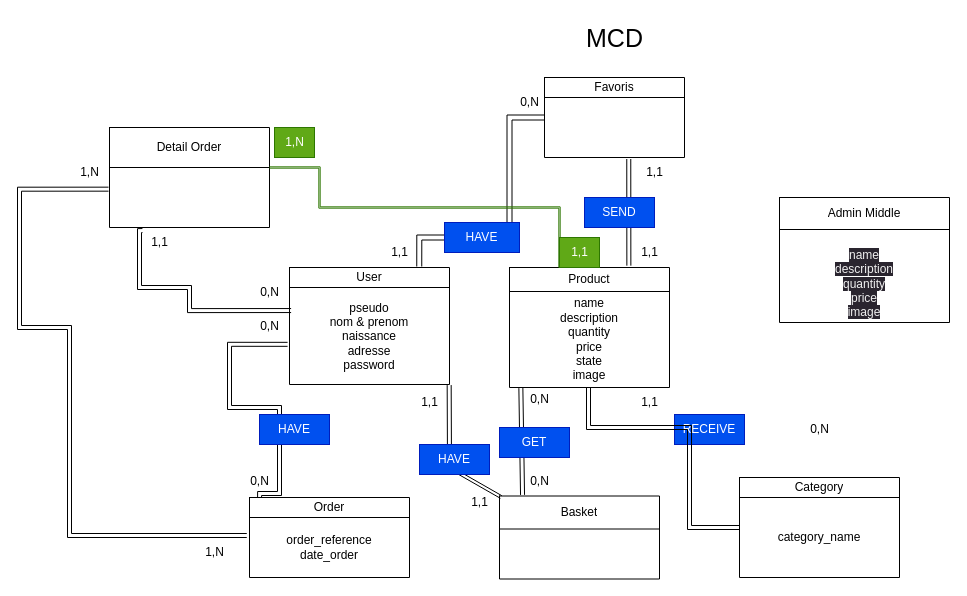
The draw.io diagram Documentation/BddArchitecture/MCD.drawio in michael-zanaglia/boutique-en-ligne, before the edit. Source tidied: cells renumbered, new cells numbered last; positions are measured from the earlier drawing's top-left corner, leaving out a move shared by most shapes. Both pictures are drawn from the tidied source at 100%, with x=0, y=0 at pixel (19, 17).
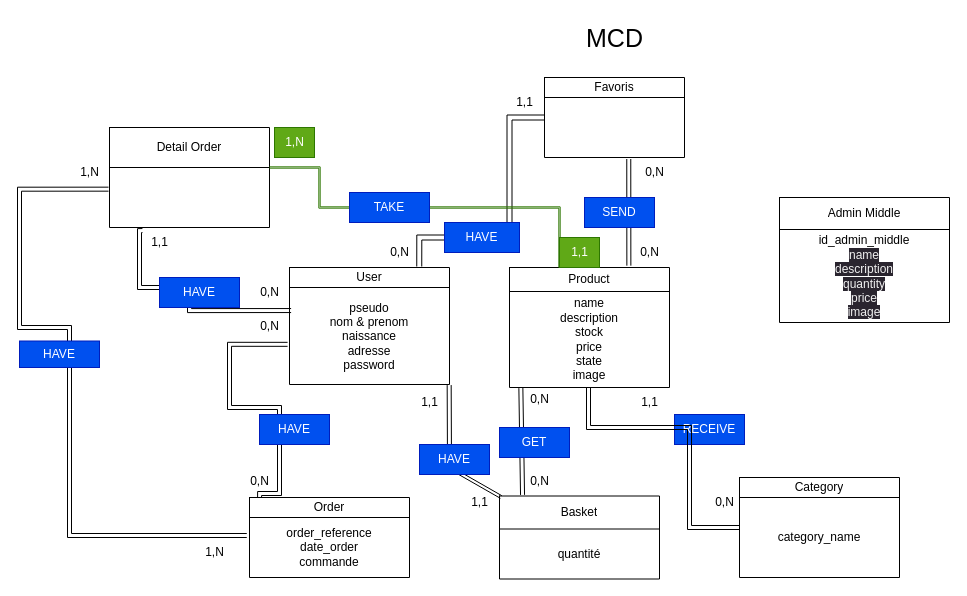
The same page after the edit.

The change refers to these unchanged cells:
```xml
<mxCell id="10" style="shape=tableRow;horizontal=0;startSize=0;swimlaneHead=0;swimlaneBody=0;top=0;left=0;bottom=0;right=0;fillColor=none;points=[[0,0.5],[1,0.5]];portConstraint=eastwest;" parent="7" vertex="1">
  <mxGeometry y="24" width="160" height="96" as="geometry" />
</mxCell>
<mxCell id="20" style="shape=tableRow;horizontal=0;startSize=0;swimlaneHead=0;swimlaneBody=0;top=0;left=0;bottom=0;right=0;fillColor=none;points=[[0,0.5],[1,0.5]];portConstraint=eastwest;" parent="17" vertex="1">
  <mxGeometry y="20" width="160" height="60" as="geometry" />
</mxCell>
<mxCell id="36" style="shape=tableRow;horizontal=0;startSize=0;swimlaneHead=0;swimlaneBody=0;top=0;left=0;bottom=0;right=0;fillColor=none;" parent="33" vertex="1">
  <mxGeometry y="33" width="160" height="50" as="geometry" />
</mxCell>
<mxCell id="58" style="shape=tableRow;horizontal=0;startSize=0;swimlaneHead=0;swimlaneBody=0;top=0;left=0;bottom=0;right=0;fillColor=none;" parent="55" vertex="1">
  <mxGeometry y="32" width="170" height="93" as="geometry" />
</mxCell>
```

The edit, as a diff of the source:
```diff
@@
-    <mxCell id="11" value="name&lt;br&gt;description&lt;br&gt;quantity&lt;br&gt;price&lt;br&gt;state&lt;br&gt;image" style="shape=partialRectangle;html=1;whiteSpace=wrap;overflow=hidden;fillColor=none;top=0;left=0;bottom=0;right=0;" parent="10" vertex="1">
+    <mxCell id="11" value="name&lt;br&gt;description&lt;br&gt;stock&lt;br&gt;price&lt;br&gt;state&lt;br&gt;image" style="shape=partialRectangle;html=1;whiteSpace=wrap;overflow=hidden;fillColor=none;top=0;left=0;bottom=0;right=0;" parent="10" vertex="1">
       <mxGeometry width="160" height="96" as="geometry" />
     </mxCell>
@@
-    <mxCell id="21" value="order_reference&lt;br&gt;date_order" style="shape=partialRectangle;html=1;whiteSpace=wrap;overflow=hidden;fillColor=none;top=0;left=0;bottom=0;right=0;" parent="20" vertex="1">
+    <mxCell id="21" value="order_reference&lt;br&gt;date_order&lt;br&gt;commande" style="shape=partialRectangle;html=1;whiteSpace=wrap;overflow=hidden;fillColor=none;top=0;left=0;bottom=0;right=0;" parent="20" vertex="1">
       <mxGeometry width="160" height="60" as="geometry" />
     </mxCell>
@@
-    <mxCell id="29" value="1,1" style="text;html=1;align=center;verticalAlign=middle;strokeColor=none;fillColor=none;" parent="1" vertex="1">
+    <mxCell id="29" value="0,N" style="text;html=1;align=center;verticalAlign=middle;strokeColor=none;fillColor=none;" parent="1" vertex="1">
       <mxGeometry x="610" y="220" width="40" height="30" as="geometry" />
     </mxCell>
-    <mxCell id="30" value="1,1" style="text;html=1;align=center;verticalAlign=middle;strokeColor=none;fillColor=none;" parent="1" vertex="1">
+    <mxCell id="30" value="0,N" style="text;html=1;align=center;verticalAlign=middle;strokeColor=none;fillColor=none;" parent="1" vertex="1">
       <mxGeometry x="615" y="140" width="40" height="30" as="geometry" />
     </mxCell>
@@
     <mxCell id="32" value="0,N" style="text;html=1;align=center;verticalAlign=middle;strokeColor=none;fillColor=none;" parent="1" vertex="1">
-      <mxGeometry x="780" y="397" width="40" height="30" as="geometry" />
+      <mxGeometry x="685" y="470" width="40" height="30" as="geometry" />
     </mxCell>
@@
-    <mxCell id="37" style="shape=partialRectangle;html=1;whiteSpace=wrap;overflow=hidden;fillColor=none;top=0;left=0;bottom=0;right=0;" parent="36" vertex="1">
+    <mxCell id="37" value="quantité" style="shape=partialRectangle;html=1;whiteSpace=wrap;overflow=hidden;fillColor=none;top=0;left=0;bottom=0;right=0;" parent="36" vertex="1">
       <mxGeometry width="160" height="50" as="geometry" />
     </mxCell>
@@
     <mxCell id="51" value="1,1" style="text;html=1;align=center;verticalAlign=middle;strokeColor=none;fillColor=none;" parent="1" vertex="1">
-      <mxGeometry x="360" y="220" width="40" height="30" as="geometry" />
+      <mxGeometry x="485" y="70" width="40" height="30" as="geometry" />
     </mxCell>
     <mxCell id="52" value="0,N" style="text;html=1;align=center;verticalAlign=middle;strokeColor=none;fillColor=none;" parent="1" vertex="1">
-      <mxGeometry x="490" y="70" width="40" height="30" as="geometry" />
+      <mxGeometry x="360" y="220" width="40" height="30" as="geometry" />
     </mxCell>
@@
-    <mxCell id="59" value="&lt;br&gt;&lt;span style=&quot;color: rgb(240, 240, 240); font-family: Helvetica; font-size: 12px; font-style: normal; font-variant-ligatures: normal; font-variant-caps: normal; font-weight: 400; letter-spacing: normal; orphans: 2; text-align: center; text-indent: 0px; text-transform: none; widows: 2; word-spacing: 0px; -webkit-text-stroke-width: 0px; background-color: rgb(42, 37, 47); text-decoration-thickness: initial; text-decoration-style: initial; text-decoration-color: initial; float: none; display: inline !important;&quot;&gt;name&lt;/span&gt;&lt;br style=&quot;border-color: rgb(0, 0, 0); color: rgb(240, 240, 240); font-family: Helvetica; font-size: 12px; font-style: normal; font-variant-ligatures: normal; font-variant-caps: normal; font-weight: 400; letter-spacing: normal; orphans: 2; text-align: center; text-indent: 0px; text-transform: none; widows: 2; word-spacing: 0px; -webkit-text-stroke-width: 0px; background-color: rgb(42, 37, 47); text-decoration-thickness: initial; text-decoration-style: initial; text-decoration-color: initial;&quot;&gt;&lt;span style=&quot;color: rgb(240, 240, 240); font-family: Helvetica; font-size: 12px; font-style: normal; font-variant-ligatures: normal; font-variant-caps: normal; font-weight: 400; letter-spacing: normal; orphans: 2; text-align: center; text-indent: 0px; text-transform: none; widows: 2; word-spacing: 0px; -webkit-text-stroke-width: 0px; background-color: rgb(42, 37, 47); text-decoration-thickness: initial; text-decoration-style: initial; text-decoration-color: initial; float: none; display: inline !important;&quot;&gt;description&lt;/span&gt;&lt;br style=&quot;border-color: rgb(0, 0, 0); color: rgb(240, 240, 240); font-family: Helvetica; font-size: 12px; font-style: normal; font-variant-ligatures: normal; font-variant-caps: normal; font-weight: 400; letter-spacing: normal; orphans: 2; text-align: center; text-indent: 0px; text-transform: none; widows: 2; word-spacing: 0px; -webkit-text-stroke-width: 0px; background-color: rgb(42, 37, 47); text-decoration-thickness: initial; text-decoration-style: initial; text-decoration-color: initial;&quot;&gt;&lt;span style=&quot;color: rgb(240, 240, 240); font-family: Helvetica; font-size: 12px; font-style: normal; font-variant-ligatures: normal; font-variant-caps: normal; font-weight: 400; letter-spacing: normal; orphans: 2; text-align: center; text-indent: 0px; text-transform: none; widows: 2; word-spacing: 0px; -webkit-text-stroke-width: 0px; background-color: rgb(42, 37, 47); text-decoration-thickness: initial; text-decoration-style: initial; text-decoration-color: initial; float: none; display: inline !important;&quot;&gt;quantity&lt;/span&gt;&lt;br style=&quot;border-color: rgb(0, 0, 0); color: rgb(240, 240, 240); font-family: Helvetica; font-size: 12px; font-style: normal; font-variant-ligatures: normal; font-variant-caps: normal; font-weight: 400; letter-spacing: normal; orphans: 2; text-align: center; text-indent: 0px; text-transform: none; widows: 2; word-spacing: 0px; -webkit-text-stroke-width: 0px; background-color: rgb(42, 37, 47); text-decoration-thickness: initial; text-decoration-style: initial; text-decoration-color: initial;&quot;&gt;&lt;span style=&quot;color: rgb(240, 240, 240); font-family: Helvetica; font-size: 12px; font-style: normal; font-variant-ligatures: normal; font-variant-caps: normal; font-weight: 400; letter-spacing: normal; orphans: 2; text-align: center; text-indent: 0px; text-transform: none; widows: 2; word-spacing: 0px; -webkit-text-stroke-width: 0px; background-color: rgb(42, 37, 47); text-decoration-thickness: initial; text-decoration-style: initial; text-decoration-color: initial; float: none; display: inline !important;&quot;&gt;price&lt;/span&gt;&lt;br style=&quot;border-color: rgb(0, 0, 0); color: rgb(240, 240, 240); font-family: Helvetica; font-size: 12px; font-style: normal; font-variant-ligatures: normal; font-variant-caps: normal; font-weight: 400; letter-spacing: normal; orphans: 2; text-align: center; text-indent: 0px; text-transform: none; widows: 2; word-spacing: 0px; -webkit-text-stroke-width: 0px; background-color: rgb(42, 37, 47); text-decoration-thickness: initial; text-decoration-style: initial; text-decoration-color: initial;&quot;&gt;&lt;span style=&quot;color: rgb(240, 240, 240); font-family: Helvetica; font-size: 12px; font-style: normal; font-variant-ligatures: normal; font-variant-caps: normal; font-weight: 400; letter-spacing: normal; orphans: 2; text-align: center; text-indent: 0px; text-transform: none; widows: 2; word-spacing: 0px; -webkit-text-stroke-width: 0px; background-color: rgb(42, 37, 47); text-decoration-thickness: initial; text-decoration-style: initial; text-decoration-color: initial; float: none; display: inline !important;&quot;&gt;image&lt;/span&gt;&lt;br&gt;" style="shape=partialRectangle;html=1;whiteSpace=wrap;overflow=hidden;fillColor=none;top=0;left=0;bottom=0;right=0;" parent="58" vertex="1">
+    <mxCell id="59" value="id_admin_middle&lt;br&gt;&lt;span style=&quot;color: rgb(240, 240, 240); font-family: Helvetica; font-size: 12px; font-style: normal; font-variant-ligatures: normal; font-variant-caps: normal; font-weight: 400; letter-spacing: normal; orphans: 2; text-align: center; text-indent: 0px; text-transform: none; widows: 2; word-spacing: 0px; -webkit-text-stroke-width: 0px; background-color: rgb(42, 37, 47); text-decoration-thickness: initial; text-decoration-style: initial; text-decoration-color: initial; float: none; display: inline !important;&quot;&gt;name&lt;/span&gt;&lt;br style=&quot;border-color: rgb(0, 0, 0); color: rgb(240, 240, 240); font-family: Helvetica; font-size: 12px; font-style: normal; font-variant-ligatures: normal; font-variant-caps: normal; font-weight: 400; letter-spacing: normal; orphans: 2; text-align: center; text-indent: 0px; text-transform: none; widows: 2; word-spacing: 0px; -webkit-text-stroke-width: 0px; background-color: rgb(42, 37, 47); text-decoration-thickness: initial; text-decoration-style: initial; text-decoration-color: initial;&quot;&gt;&lt;span style=&quot;color: rgb(240, 240, 240); font-family: Helvetica; font-size: 12px; font-style: normal; font-variant-ligatures: normal; font-variant-caps: normal; font-weight: 400; letter-spacing: normal; orphans: 2; text-align: center; text-indent: 0px; text-transform: none; widows: 2; word-spacing: 0px; -webkit-text-stroke-width: 0px; background-color: rgb(42, 37, 47); text-decoration-thickness: initial; text-decoration-style: initial; text-decoration-color: initial; float: none; display: inline !important;&quot;&gt;description&lt;/span&gt;&lt;br style=&quot;border-color: rgb(0, 0, 0); color: rgb(240, 240, 240); font-family: Helvetica; font-size: 12px; font-style: normal; font-variant-ligatures: normal; font-variant-caps: normal; font-weight: 400; letter-spacing: normal; orphans: 2; text-align: center; text-indent: 0px; text-transform: none; widows: 2; word-spacing: 0px; -webkit-text-stroke-width: 0px; background-color: rgb(42, 37, 47); text-decoration-thickness: initial; text-decoration-style: initial; text-decoration-color: initial;&quot;&gt;&lt;span style=&quot;color: rgb(240, 240, 240); font-family: Helvetica; font-size: 12px; font-style: normal; font-variant-ligatures: normal; font-variant-caps: normal; font-weight: 400; letter-spacing: normal; orphans: 2; text-align: center; text-indent: 0px; text-transform: none; widows: 2; word-spacing: 0px; -webkit-text-stroke-width: 0px; background-color: rgb(42, 37, 47); text-decoration-thickness: initial; text-decoration-style: initial; text-decoration-color: initial; float: none; display: inline !important;&quot;&gt;quantity&lt;/span&gt;&lt;br style=&quot;border-color: rgb(0, 0, 0); color: rgb(240, 240, 240); font-family: Helvetica; font-size: 12px; font-style: normal; font-variant-ligatures: normal; font-variant-caps: normal; font-weight: 400; letter-spacing: normal; orphans: 2; text-align: center; text-indent: 0px; text-transform: none; widows: 2; word-spacing: 0px; -webkit-text-stroke-width: 0px; background-color: rgb(42, 37, 47); text-decoration-thickness: initial; text-decoration-style: initial; text-decoration-color: initial;&quot;&gt;&lt;span style=&quot;color: rgb(240, 240, 240); font-family: Helvetica; font-size: 12px; font-style: normal; font-variant-ligatures: normal; font-variant-caps: normal; font-weight: 400; letter-spacing: normal; orphans: 2; text-align: center; text-indent: 0px; text-transform: none; widows: 2; word-spacing: 0px; -webkit-text-stroke-width: 0px; background-color: rgb(42, 37, 47); text-decoration-thickness: initial; text-decoration-style: initial; text-decoration-color: initial; float: none; display: inline !important;&quot;&gt;price&lt;/span&gt;&lt;br style=&quot;border-color: rgb(0, 0, 0); color: rgb(240, 240, 240); font-family: Helvetica; font-size: 12px; font-style: normal; font-variant-ligatures: normal; font-variant-caps: normal; font-weight: 400; letter-spacing: normal; orphans: 2; text-align: center; text-indent: 0px; text-transform: none; widows: 2; word-spacing: 0px; -webkit-text-stroke-width: 0px; background-color: rgb(42, 37, 47); text-decoration-thickness: initial; text-decoration-style: initial; text-decoration-color: initial;&quot;&gt;&lt;span style=&quot;color: rgb(240, 240, 240); font-family: Helvetica; font-size: 12px; font-style: normal; font-variant-ligatures: normal; font-variant-caps: normal; font-weight: 400; letter-spacing: normal; orphans: 2; text-align: center; text-indent: 0px; text-transform: none; widows: 2; word-spacing: 0px; -webkit-text-stroke-width: 0px; background-color: rgb(42, 37, 47); text-decoration-thickness: initial; text-decoration-style: initial; text-decoration-color: initial; float: none; display: inline !important;&quot;&gt;image&lt;/span&gt;" style="shape=partialRectangle;html=1;whiteSpace=wrap;overflow=hidden;fillColor=none;top=0;left=0;bottom=0;right=0;" parent="58" vertex="1">
       <mxGeometry width="170" height="93" as="geometry" />
     </mxCell>
@@
+    <mxCell id="77" value="TAKE" style="whiteSpace=wrap;html=1;fillColor=#0050ef;fontColor=#ffffff;strokeColor=#001DBC;" parent="1" vertex="1">
+      <mxGeometry x="330" y="175" width="80" height="30" as="geometry" />
+    </mxCell>
+    <mxCell id="78" value="HAVE" style="whiteSpace=wrap;html=1;fillColor=#0050ef;fontColor=#ffffff;strokeColor=#001DBC;" parent="1" vertex="1">
+      <mxGeometry x="140" y="260" width="80" height="30" as="geometry" />
+    </mxCell>
+    <mxCell id="79" value="HAVE" style="whiteSpace=wrap;html=1;fillColor=#0050ef;fontColor=#ffffff;strokeColor=#001DBC;" parent="1" vertex="1">
+      <mxGeometry y="323.5" width="80" height="26.5" as="geometry" />
+    </mxCell>
```
